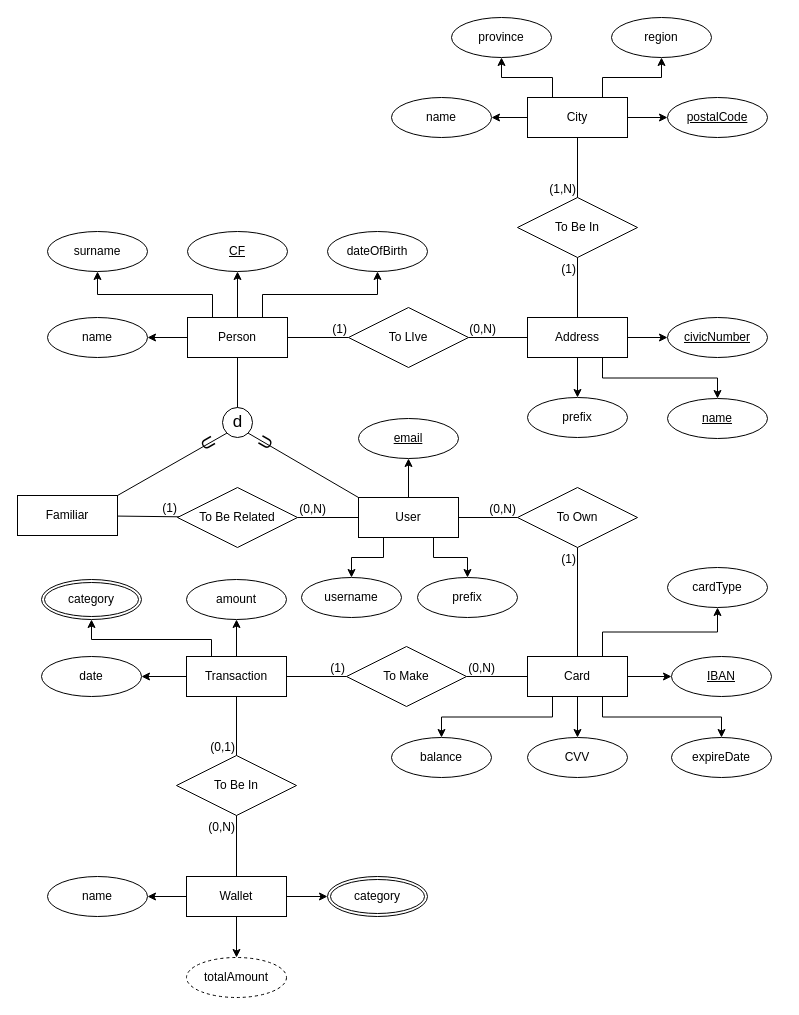
Franwik/SavingMoneyUnina keeps this draw.io diagram as Database/Documentation/ERdiagram.drawio. Above is the earlier version. Source tidied: cells renumbered, new cells numbered last; positions are measured from the earlier drawing's top-left corner, leaving out a move shared by most shapes. Both pictures are drawn from the tidied source at 100%, with x=0, y=0 at pixel (17, 17).
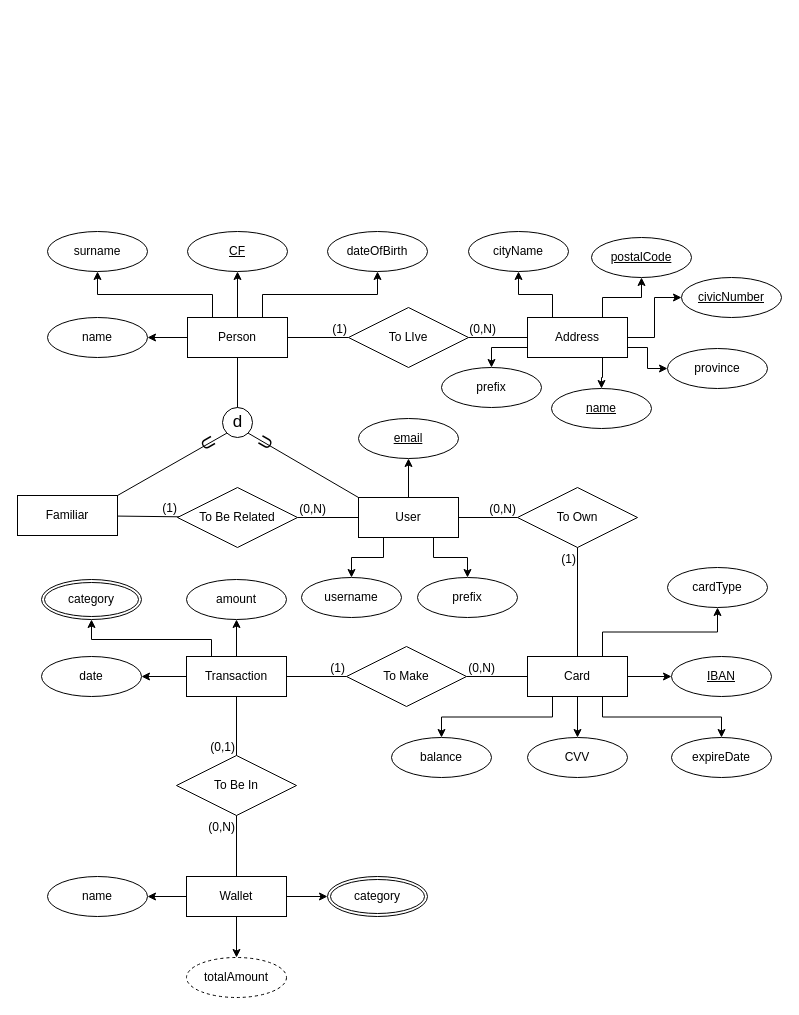
The same page after the edit.

The change refers to these unchanged cells:
```xml
<mxCell id="5" value="Address" style="whiteSpace=wrap;html=1;align=center;" parent="1" vertex="1">
  <mxGeometry x="510" y="300" width="100" height="40" as="geometry" />
</mxCell>
```

Diff of the diagram source:
```diff
@@
-    <mxCell id="2" style="edgeStyle=orthogonalEdgeStyle;rounded=0;jettySize=auto;html=1;exitX=0.5;exitY=1;exitDx=0;exitDy=0;" parent="1" edge="1" source="5" target="72">
-      <mxGeometry relative="1" as="geometry" />
-    </mxCell>
@@
+    <mxCell id="97" style="edgeStyle=orthogonalEdgeStyle;rounded=0;jettySize=auto;html=1;exitX=0.25;exitY=0;exitDx=0;exitDy=0;" parent="1" edge="1" source="5" target="77">
+      <mxGeometry relative="1" as="geometry" />
+    </mxCell>
+    <mxCell id="98" style="edgeStyle=orthogonalEdgeStyle;rounded=0;jettySize=auto;html=1;exitX=0.75;exitY=0;exitDx=0;exitDy=0;" parent="1" edge="1" source="5" target="78">
+      <mxGeometry relative="1" as="geometry" />
+    </mxCell>
+    <mxCell id="2" style="edgeStyle=orthogonalEdgeStyle;rounded=0;jettySize=auto;html=1;exitX=0;exitY=0.75;exitDx=0;exitDy=0;" parent="1" edge="1" source="5" target="72">
+      <mxGeometry relative="1" as="geometry" />
+    </mxCell>
+    <mxCell id="99" style="edgeStyle=orthogonalEdgeStyle;rounded=0;jettySize=auto;html=1;exitX=1;exitY=0.75;exitDx=0;exitDy=0;" parent="1" edge="1" source="5" target="75">
+      <mxGeometry relative="1" as="geometry" />
+    </mxCell>
@@
-    <mxCell id="35" value="To Be In" style="shape=rhombus;perimeter=rhombusPerimeter;whiteSpace=wrap;html=1;align=center;" parent="1" vertex="1">
-      <mxGeometry x="500" y="180" width="120" height="60" as="geometry" />
-    </mxCell>
-    <mxCell id="36" style="edgeStyle=orthogonalEdgeStyle;rounded=0;jettySize=auto;html=1;exitX=0.75;exitY=0;exitDx=0;exitDy=0;" parent="1" edge="1" source="40" target="76">
-      <mxGeometry relative="1" as="geometry" />
-    </mxCell>
-    <mxCell id="37" style="edgeStyle=orthogonalEdgeStyle;rounded=0;jettySize=auto;html=1;exitX=0.25;exitY=0;exitDx=0;exitDy=0;" parent="1" edge="1" source="40" target="75">
-      <mxGeometry relative="1" as="geometry" />
-    </mxCell>
-    <mxCell id="38" style="edgeStyle=orthogonalEdgeStyle;rounded=0;jettySize=auto;html=1;exitX=1;exitY=0.5;exitDx=0;exitDy=0;" parent="1" edge="1" source="40" target="78">
-      <mxGeometry relative="1" as="geometry" />
-    </mxCell>
-    <mxCell id="39" style="edgeStyle=orthogonalEdgeStyle;rounded=0;jettySize=auto;html=1;exitX=0;exitY=0.5;exitDx=0;exitDy=0;" parent="1" edge="1" source="40" target="77">
-      <mxGeometry relative="1" as="geometry" />
-    </mxCell>
-    <mxCell id="40" value="City" style="whiteSpace=wrap;html=1;align=center;" parent="1" vertex="1">
-      <mxGeometry x="510" y="80" width="100" height="40" as="geometry" />
-    </mxCell>
-    <mxCell id="41" style="endArrow=none;html=1;rounded=0;" parent="1" edge="1" source="5" target="35">
-      <mxGeometry relative="1" as="geometry" />
-    </mxCell>
-    <mxCell id="42" value="(1)" style="html=1;whiteSpace=wrap;align=right;verticalAlign=bottom;" parent="41" vertex="1">
-      <mxGeometry x="1" relative="1" as="geometry">
-        <mxPoint y="20" as="offset" />
-      </mxGeometry>
-    </mxCell>
-    <mxCell id="43" style="endArrow=none;html=1;rounded=0;" parent="1" edge="1" source="40" target="35">
-      <mxGeometry relative="1" as="geometry" />
-    </mxCell>
-    <mxCell id="44" value="(1,N)" style="html=1;whiteSpace=wrap;align=right;verticalAlign=bottom;" parent="43" vertex="1">
-      <mxGeometry x="1" relative="1" as="geometry" />
-    </mxCell>
@@
     <mxCell id="72" value="prefix" style="ellipse;whiteSpace=wrap;html=1;align=center;" parent="1" vertex="1">
-      <mxGeometry x="510" y="380" width="100" height="40" as="geometry" />
+      <mxGeometry x="424" y="350" width="100" height="40" as="geometry" />
     </mxCell>
     <mxCell id="73" value="name" style="ellipse;whiteSpace=wrap;html=1;align=center;fontStyle=4;" parent="1" vertex="1">
-      <mxGeometry x="650" y="381" width="100" height="40" as="geometry" />
+      <mxGeometry x="534" y="371" width="100" height="40" as="geometry" />
     </mxCell>
     <mxCell id="74" value="civicNumber" style="ellipse;whiteSpace=wrap;html=1;align=center;fontStyle=4;" parent="1" vertex="1">
-      <mxGeometry x="650" y="300" width="100" height="40" as="geometry" />
+      <mxGeometry x="664" y="260" width="100" height="40" as="geometry" />
     </mxCell>
     <mxCell id="75" value="province" style="ellipse;whiteSpace=wrap;html=1;align=center;" parent="1" vertex="1">
-      <mxGeometry x="434" width="100" height="40" as="geometry" />
+      <mxGeometry x="650" y="331" width="100" height="40" as="geometry" />
     </mxCell>
-    <mxCell id="76" value="region" style="ellipse;whiteSpace=wrap;html=1;align=center;" parent="1" vertex="1">
-      <mxGeometry x="594" width="100" height="40" as="geometry" />
-    </mxCell>
-    <mxCell id="77" value="name" style="ellipse;whiteSpace=wrap;html=1;align=center;" parent="1" vertex="1">
-      <mxGeometry x="374" y="80" width="100" height="40" as="geometry" />
+    <mxCell id="77" value="cityName" style="ellipse;whiteSpace=wrap;html=1;align=center;" parent="1" vertex="1">
+      <mxGeometry x="451" y="214" width="100" height="40" as="geometry" />
     </mxCell>
     <mxCell id="78" value="postalCode" style="ellipse;whiteSpace=wrap;html=1;align=center;fontStyle=4;" parent="1" vertex="1">
-      <mxGeometry x="650" y="80" width="100" height="40" as="geometry" />
+      <mxGeometry x="574" y="220" width="100" height="40" as="geometry" />
     </mxCell>
```
